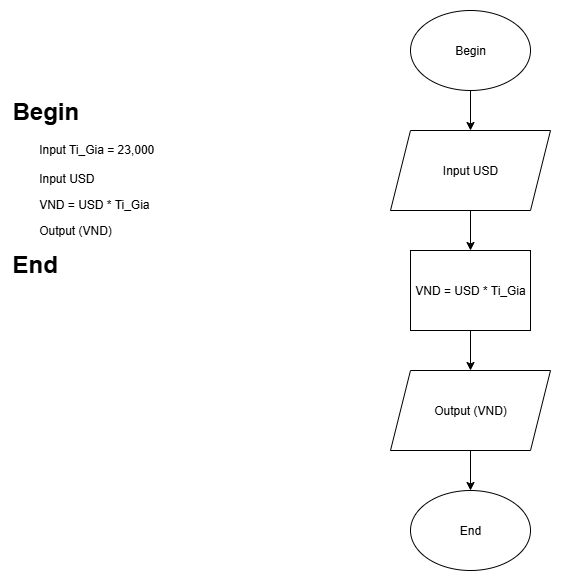
vinhdevz/C0925G1-DoThanhVinh keeps this draw.io diagram as ss3_ma_gia_luu_do/bai2.png. Above is the earlier version. Source tidied: cells renumbered, new cells last; positions are measured from the earlier drawing's top-left corner, leaving out a move shared by most shapes. The source it was exported from:
```xml
<mxGraphModel>
  <root>
    <mxCell id="0" />
    <mxCell id="1" parent="0" />
    <mxCell id="2" value="&lt;h1 style=&quot;margin-top: 0px;&quot;&gt;Begin&lt;/h1&gt;&lt;p&gt;&lt;span style=&quot;white-space: pre;&quot;&gt;&#9;&lt;/span&gt;Input Ti_Gia = 23,000&lt;br&gt;&lt;br&gt;&lt;span style=&quot;white-space: pre;&quot;&gt;&#9;&lt;/span&gt;Input USD&lt;br&gt;&lt;/p&gt;&lt;p&gt;&lt;span style=&quot;white-space: pre;&quot;&gt;&#9;&lt;/span&gt;VND = USD * Ti_Gia&lt;br&gt;&lt;/p&gt;&lt;p&gt;&lt;span style=&quot;white-space: pre;&quot;&gt;&#9;&lt;/span&gt;Output (VND)&lt;br&gt;&lt;/p&gt;&lt;h1 style=&quot;margin-top: 0px;&quot;&gt;End&lt;/h1&gt;" style="text;html=1;whiteSpace=wrap;overflow=hidden;rounded=0;" parent="1" vertex="1">
      <mxGeometry y="80" width="200" height="190" as="geometry" />
    </mxCell>
    <mxCell id="3" value="Begin" style="ellipse;whiteSpace=wrap;html=1;" parent="1" vertex="1">
      <mxGeometry x="400" width="120" height="80" as="geometry" />
    </mxCell>
    <mxCell id="4" value="Input USD" style="shape=parallelogram;perimeter=parallelogramPerimeter;whiteSpace=wrap;html=1;fixedSize=1;" parent="1" vertex="1">
      <mxGeometry x="380" y="120" width="160" height="80" as="geometry" />
    </mxCell>
    <mxCell id="5" value="VND = USD * Ti_Gia" style="rounded=0;whiteSpace=wrap;html=1;" parent="1" vertex="1">
      <mxGeometry x="400" y="240" width="120" height="80" as="geometry" />
    </mxCell>
    <mxCell id="6" value="Output (VND)" style="shape=parallelogram;perimeter=parallelogramPerimeter;whiteSpace=wrap;html=1;fixedSize=1;" parent="1" vertex="1">
      <mxGeometry x="380" y="360" width="160" height="80" as="geometry" />
    </mxCell>
    <mxCell id="7" value="End" style="ellipse;whiteSpace=wrap;html=1;" parent="1" vertex="1">
      <mxGeometry x="400" y="480" width="120" height="80" as="geometry" />
    </mxCell>
    <mxCell id="8" style="endArrow=classic;html=1;rounded=0;exitX=0.5;exitY=1;exitDx=0;exitDy=0;entryX=0.5;entryY=0;entryDx=0;entryDy=0;" parent="1" edge="1" source="3" target="4">
      <mxGeometry relative="1" as="geometry" />
    </mxCell>
    <mxCell id="9" style="endArrow=classic;html=1;rounded=0;exitX=0.5;exitY=1;exitDx=0;exitDy=0;entryX=0.5;entryY=0;entryDx=0;entryDy=0;" parent="1" edge="1" source="4" target="5">
      <mxGeometry relative="1" as="geometry" />
    </mxCell>
    <mxCell id="10" style="endArrow=classic;html=1;rounded=0;exitX=0.5;exitY=1;exitDx=0;exitDy=0;entryX=0.5;entryY=0;entryDx=0;entryDy=0;" parent="1" edge="1" source="5" target="6">
      <mxGeometry relative="1" as="geometry" />
    </mxCell>
    <mxCell id="11" style="endArrow=classic;html=1;rounded=0;exitX=0.5;exitY=1;exitDx=0;exitDy=0;entryX=0.5;entryY=0;entryDx=0;entryDy=0;" parent="1" edge="1" source="6" target="7">
      <mxGeometry relative="1" as="geometry" />
    </mxCell>
  </root>
</mxGraphModel>
```
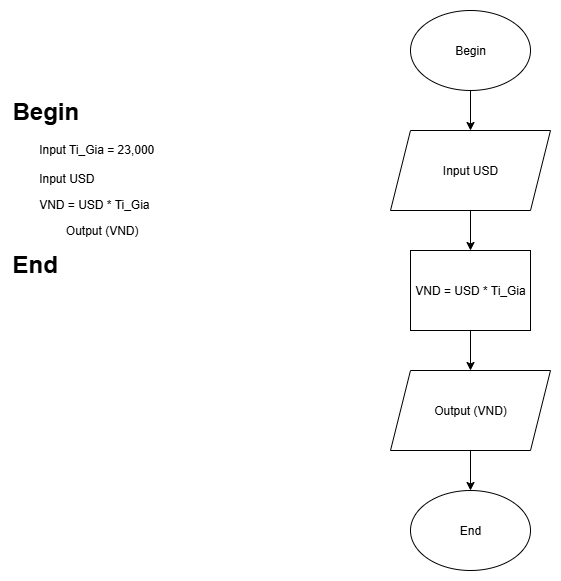
Above is the later version.

What changed in the source:
```diff
@@ -2,7 +2,7 @@
   <root>
     <mxCell id="0" />
     <mxCell id="1" parent="0" />
-    <mxCell id="2" value="&lt;h1 style=&quot;margin-top: 0px;&quot;&gt;Begin&lt;/h1&gt;&lt;p&gt;&lt;span style=&quot;white-space: pre;&quot;&gt;&#9;&lt;/span&gt;Input Ti_Gia = 23,000&lt;br&gt;&lt;br&gt;&lt;span style=&quot;white-space: pre;&quot;&gt;&#9;&lt;/span&gt;Input USD&lt;br&gt;&lt;/p&gt;&lt;p&gt;&lt;span style=&quot;white-space: pre;&quot;&gt;&#9;&lt;/span&gt;VND = USD * Ti_Gia&lt;br&gt;&lt;/p&gt;&lt;p&gt;&lt;span style=&quot;white-space: pre;&quot;&gt;&#9;&lt;/span&gt;Output (VND)&lt;br&gt;&lt;/p&gt;&lt;h1 style=&quot;margin-top: 0px;&quot;&gt;End&lt;/h1&gt;" style="text;html=1;whiteSpace=wrap;overflow=hidden;rounded=0;" parent="1" vertex="1">
+    <mxCell id="2" value="&lt;h1 style=&quot;margin-top: 0px;&quot;&gt;Begin&lt;/h1&gt;&lt;p&gt;&lt;span style=&quot;white-space: pre;&quot;&gt;&#9;&lt;/span&gt;Input Ti_Gia = 23,000&lt;br&gt;&lt;br&gt;&lt;span style=&quot;white-space: pre;&quot;&gt;&#9;&lt;/span&gt;Input USD&lt;br&gt;&lt;/p&gt;&lt;p&gt;&lt;span style=&quot;white-space: pre;&quot;&gt;&#9;&lt;/span&gt;VND = USD * Ti_Gia&lt;br&gt;&lt;/p&gt;&lt;p&gt;&lt;span style=&quot;white-space: pre;&quot;&gt;&#9;&lt;/span&gt;&lt;span style=&quot;white-space: pre;&quot;&gt;&#9;&lt;/span&gt;Output (VND)&lt;br&gt;&lt;/p&gt;&lt;h1 style=&quot;margin-top: 0px;&quot;&gt;End&lt;/h1&gt;" style="text;html=1;whiteSpace=wrap;overflow=hidden;rounded=0;" parent="1" vertex="1">
       <mxGeometry y="80" width="200" height="190" as="geometry" />
     </mxCell>
     <mxCell id="3" value="Begin" style="ellipse;whiteSpace=wrap;html=1;" parent="1" vertex="1">
```
